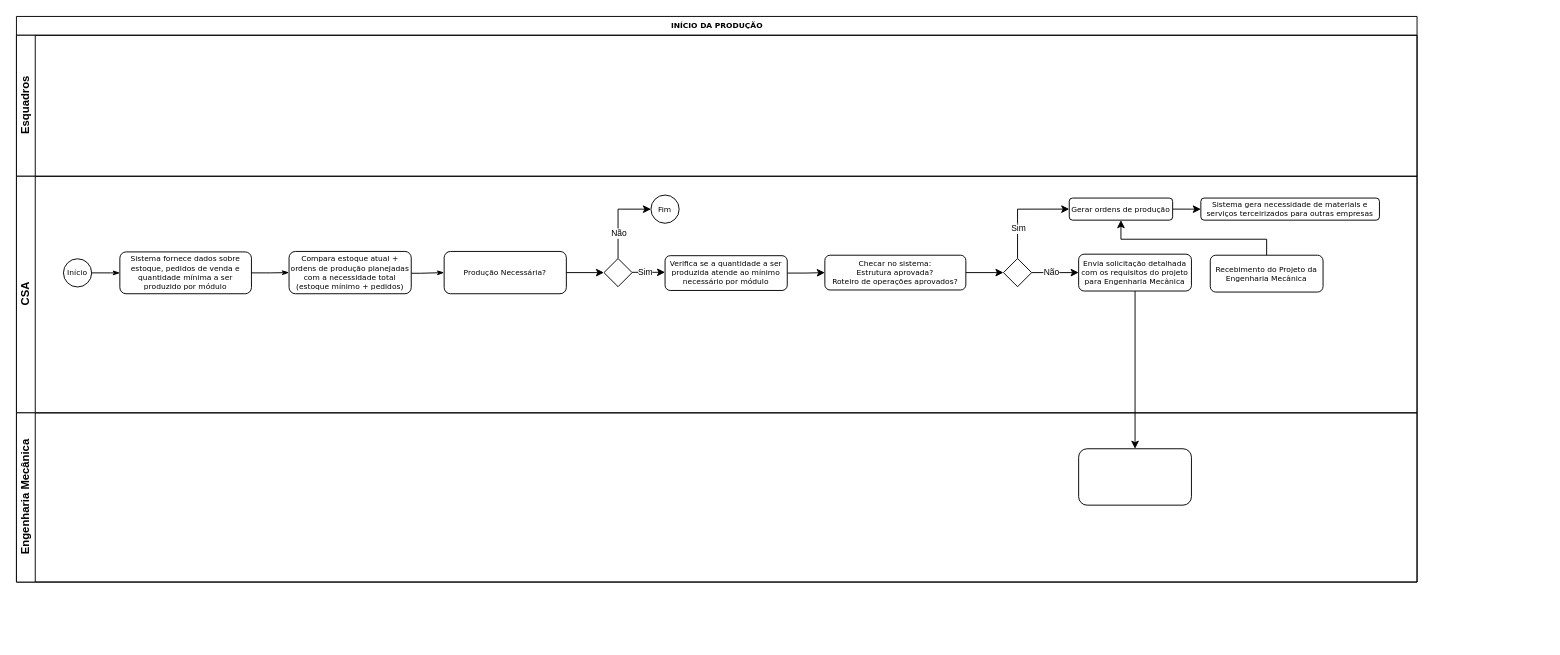
felipegps/fluxogramas keeps this draw.io diagram as fluxogramas/Diagrama sem nome.drawio. Above is the earlier version. Source tidied: cells renumbered, new cells numbered last; positions are measured from the earlier drawing's top-left corner, leaving out a move shared by most shapes. Both pictures are drawn from the tidied source at 94%, with x=0, y=0 at pixel (16, 16).
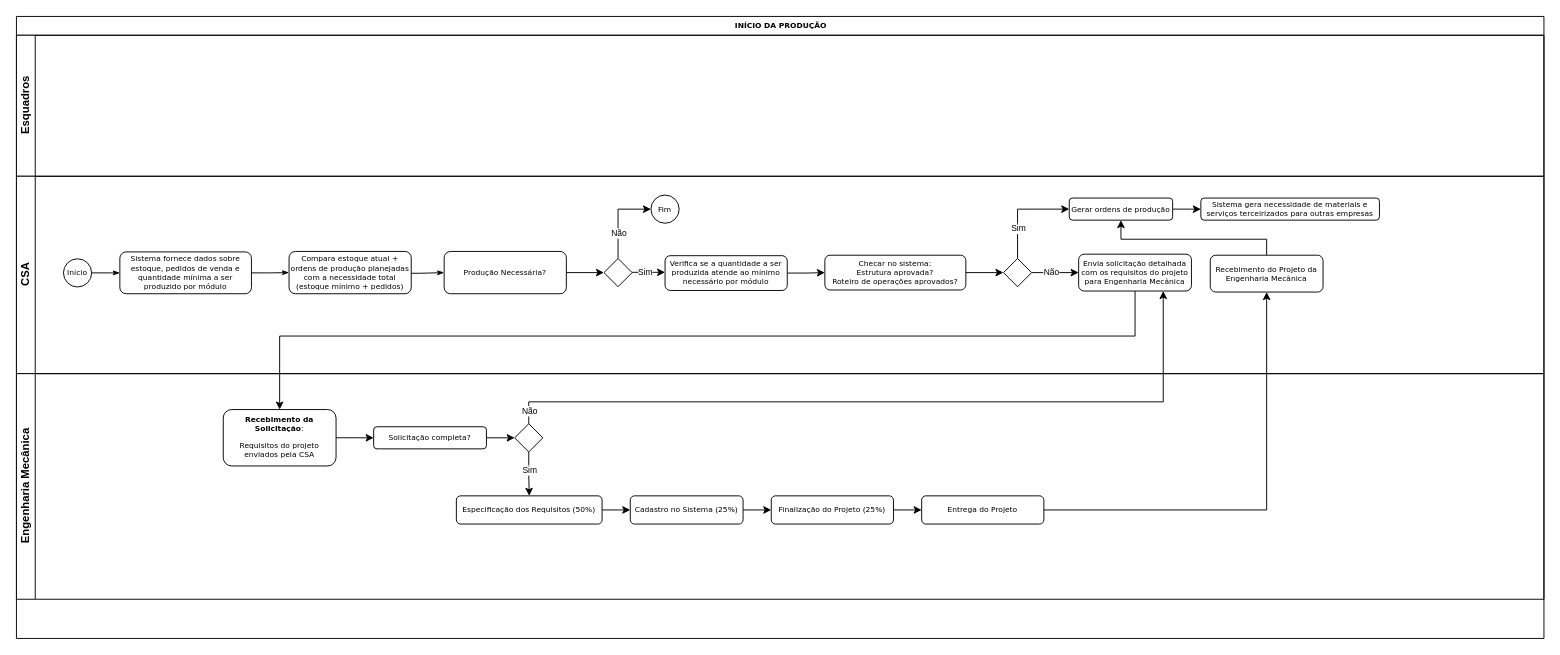
The same page after the edit.

Unchanged cells that the change refers to:
```xml
<mxCell id="30" value="Envia solicitação detalhada com os requisitos do projeto para Engenharia Mecânica" style="rounded=1;whiteSpace=wrap;html=1;shadow=0;labelBackgroundColor=none;strokeWidth=1;fontFamily=Verdana;fontSize=8;align=center;" parent="4" vertex="1">
  <mxGeometry x="1130" y="82.9" width="120" height="39.2" as="geometry" />
</mxCell>
<mxCell id="32" value="Recebimento do Projeto da Engenharia Mecânica" style="rounded=1;whiteSpace=wrap;html=1;shadow=0;labelBackgroundColor=none;strokeWidth=1;fontFamily=Verdana;fontSize=8;align=center;" parent="4" vertex="1">
  <mxGeometry x="1270" y="84" width="120" height="39.2" as="geometry" />
</mxCell>
```

Change to the diagram source:
```diff
@@
     <mxCell id="2" value="INÍCIO DA PRODUÇÃO" style="swimlane;html=1;horizontal=1;startSize=20;rounded=0;shadow=0;labelBackgroundColor=none;strokeWidth=1;fontFamily=Verdana;fontSize=8;align=center;" parent="1" vertex="1">
-      <mxGeometry width="1490" height="601.7" as="geometry" />
+      <mxGeometry width="1625" height="661.7" as="geometry" />
     </mxCell>
     <mxCell id="3" value="Esquadros" style="swimlane;html=1;startSize=20;horizontal=0;" parent="2" vertex="1">
-      <mxGeometry y="20" width="1490" height="150" as="geometry" />
+      <mxGeometry y="20" width="1625" height="150" as="geometry" />
     </mxCell>
     <mxCell id="4" value="CSA" style="swimlane;html=1;startSize=20;horizontal=0;" parent="2" vertex="1">
-      <mxGeometry y="170" width="1490" height="251.7" as="geometry" />
+      <mxGeometry y="170" width="1625" height="210" as="geometry" />
     </mxCell>
@@
+    <mxCell id="36" style="edgeStyle=orthogonalEdgeStyle;rounded=0;jettySize=auto;html=1;" parent="2" edge="1" source="30" target="35">
+      <mxGeometry relative="1" as="geometry">
+        <Array as="points">
+          <mxPoint x="1190" y="340" />
+          <mxPoint x="280" y="340" />
+        </Array>
+      </mxGeometry>
+    </mxCell>
+    <mxCell id="37" style="edgeStyle=orthogonalEdgeStyle;rounded=0;jettySize=auto;html=1;entryX=0.75;entryY=1;entryDx=0;entryDy=0;" parent="2" edge="1" source="43" target="30">
+      <mxGeometry relative="1" as="geometry">
+        <Array as="points">
+          <mxPoint x="545" y="410" />
+          <mxPoint x="1220" y="410" />
+        </Array>
+      </mxGeometry>
+    </mxCell>
+    <mxCell id="38" value="Não" style="edgeLabel;html=1;align=center;verticalAlign=middle;fontSize=9;" parent="37" vertex="1">
+      <mxGeometry x="-0.96" y="-3" relative="1" as="geometry">
+        <mxPoint x="-3" y="2" as="offset" />
+      </mxGeometry>
+    </mxCell>
     <mxCell id="34" value="Engenharia Mecânica" style="swimlane;html=1;startSize=20;horizontal=0;" parent="2" vertex="1">
-      <mxGeometry y="421.7" width="1490" height="180" as="geometry" />
+      <mxGeometry y="380" width="1625" height="240" as="geometry" />
     </mxCell>
+    <mxCell id="39" style="edgeStyle=orthogonalEdgeStyle;rounded=0;jettySize=auto;html=1;" parent="34" edge="1" source="35" target="40">
+      <mxGeometry relative="1" as="geometry" />
+    </mxCell>
-    <mxCell id="35" style="whiteSpace=wrap;html=1;fontSize=8;fontFamily=Verdana;rounded=1;shadow=0;labelBackgroundColor=none;strokeWidth=1;" parent="34" vertex="1">
-      <mxGeometry x="1130" y="38.2" width="120" height="60" as="geometry" />
+    <mxCell id="35" value="&lt;p&gt;&lt;strong&gt;Recebimento da Solicitação&lt;/strong&gt;:&lt;/p&gt;&lt;p&gt;Requisitos do projet&lt;span style=&quot;background-color: initial;&quot;&gt;o enviados pela CSA&lt;/span&gt;&lt;/p&gt;" style="whiteSpace=wrap;html=1;fontSize=8;fontFamily=Verdana;rounded=1;shadow=0;labelBackgroundColor=none;strokeWidth=1;" parent="34" vertex="1">
+      <mxGeometry x="220" y="38.2" width="120" height="60" as="geometry" />
     </mxCell>
-    <mxCell id="36" style="edgeStyle=orthogonalEdgeStyle;rounded=0;jettySize=auto;html=1;" parent="2" edge="1" source="30" target="35">
-      <mxGeometry relative="1" as="geometry" />
-    </mxCell>
+    <mxCell id="40" value="Solicitação completa?" style="whiteSpace=wrap;html=1;fontSize=8;fontFamily=Verdana;rounded=1;shadow=0;labelBackgroundColor=none;strokeWidth=1;" parent="34" vertex="1">
+      <mxGeometry x="380" y="56.5" width="120" height="23.5" as="geometry" />
+    </mxCell>
+    <mxCell id="41" style="edgeStyle=orthogonalEdgeStyle;rounded=0;jettySize=auto;html=1;entryX=0.5;entryY=0;entryDx=0;entryDy=0;" parent="34" edge="1" source="43" target="45">
+      <mxGeometry relative="1" as="geometry" />
+    </mxCell>
+    <mxCell id="42" value="Sim" style="edgeLabel;html=1;align=center;verticalAlign=middle;fontSize=9;" parent="41" vertex="1">
+      <mxGeometry x="-0.46" relative="1" as="geometry">
+        <mxPoint y="6" as="offset" />
+      </mxGeometry>
+    </mxCell>
+    <mxCell id="43" style="strokeWidth=1;html=1;shape=mxgraph.flowchart.decision;whiteSpace=wrap;rounded=1;shadow=0;labelBackgroundColor=none;fontFamily=Verdana;fontSize=8;align=center;" parent="34" vertex="1">
+      <mxGeometry x="530" y="53.3" width="30" height="30" as="geometry" />
+    </mxCell>
+    <mxCell id="44" style="edgeStyle=orthogonalEdgeStyle;rounded=0;jettySize=auto;html=1;exitX=1;exitY=0.5;exitDx=0;exitDy=0;entryX=0;entryY=0.5;entryDx=0;entryDy=0;" parent="34" edge="1" source="45" target="48">
+      <mxGeometry relative="1" as="geometry" />
+    </mxCell>
+    <mxCell id="45" value="Especificação dos Requisitos (50%)" style="whiteSpace=wrap;html=1;fontSize=8;fontFamily=Verdana;strokeWidth=1;rounded=1;shadow=0;labelBackgroundColor=none;" parent="34" vertex="1">
+      <mxGeometry x="468" y="130" width="155" height="30" as="geometry" />
+    </mxCell>
+    <mxCell id="46" style="edgeStyle=orthogonalEdgeStyle;rounded=0;jettySize=auto;html=1;exitX=1;exitY=0.5;exitDx=0;exitDy=0;entryX=0;entryY=0.5;entryDx=0;entryDy=0;entryPerimeter=0;" parent="34" edge="1" source="40" target="43">
+      <mxGeometry relative="1" as="geometry" />
+    </mxCell>
+    <mxCell id="47" style="edgeStyle=orthogonalEdgeStyle;rounded=0;jettySize=auto;html=1;exitX=1;exitY=0.5;exitDx=0;exitDy=0;entryX=0;entryY=0.5;entryDx=0;entryDy=0;" parent="34" edge="1" source="48" target="50">
+      <mxGeometry relative="1" as="geometry" />
+    </mxCell>
+    <mxCell id="48" value="Cadastro no Sistema (25%)" style="whiteSpace=wrap;html=1;fontSize=8;fontFamily=Verdana;strokeWidth=1;rounded=1;shadow=0;labelBackgroundColor=none;" parent="34" vertex="1">
+      <mxGeometry x="653" y="130" width="120" height="30" as="geometry" />
+    </mxCell>
+    <mxCell id="49" style="edgeStyle=orthogonalEdgeStyle;rounded=0;jettySize=auto;html=1;exitX=1;exitY=0.5;exitDx=0;exitDy=0;entryX=0;entryY=0.5;entryDx=0;entryDy=0;" parent="34" edge="1" source="50" target="51">
+      <mxGeometry relative="1" as="geometry" />
+    </mxCell>
+    <mxCell id="50" value="Finalização do Projeto (25%)" style="whiteSpace=wrap;html=1;fontSize=8;fontFamily=Verdana;strokeWidth=1;rounded=1;shadow=0;labelBackgroundColor=none;" parent="34" vertex="1">
+      <mxGeometry x="803" y="130" width="130" height="30" as="geometry" />
+    </mxCell>
+    <mxCell id="51" value="&lt;p&gt;Entrega do Projeto&lt;/p&gt;" style="whiteSpace=wrap;html=1;fontSize=8;fontFamily=Verdana;strokeWidth=1;rounded=1;shadow=0;labelBackgroundColor=none;" parent="34" vertex="1">
+      <mxGeometry x="963" y="130" width="130" height="30" as="geometry" />
+    </mxCell>
+    <mxCell id="52" style="edgeStyle=orthogonalEdgeStyle;rounded=0;jettySize=auto;html=1;exitX=1;exitY=0.5;exitDx=0;exitDy=0;entryX=0.5;entryY=1;entryDx=0;entryDy=0;" parent="2" edge="1" source="51" target="32">
+      <mxGeometry relative="1" as="geometry" />
+    </mxCell>
```
